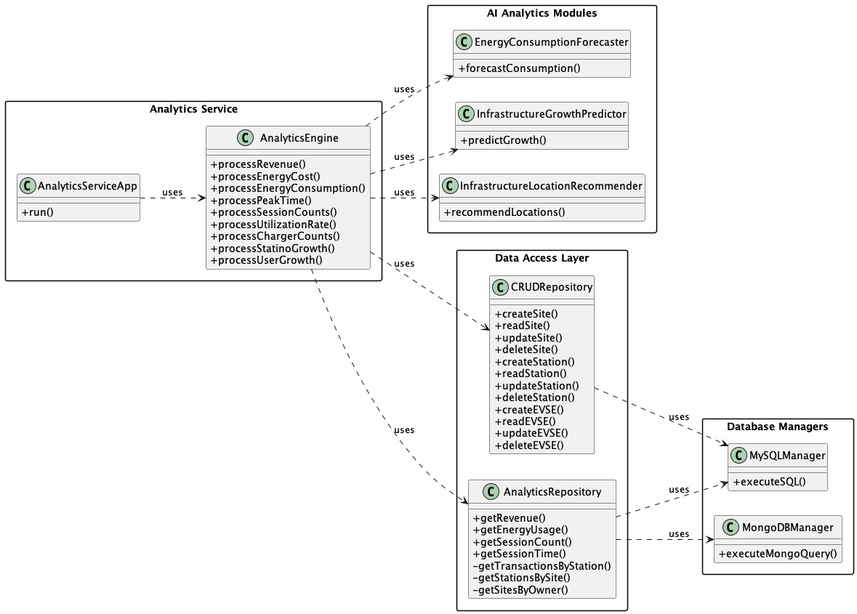
Earlier version of the PlantUML export out/site-station-analytics/class_diagram/class_diagram.png (ThuanChau22/SparkPlug). Source of this version:
```plantuml
@startuml
left to right direction
skinparam classAttributeIconSize 0
skinparam packageStyle rectangle

    package "Analytics Service" {
        class AnalyticsServiceApp {
            +run()
        }

        class AnalyticsEngine {
            +processRevenue()
            +processEnergyCost()
            +processEnergyConsumption()
            +processPeakTime()
            +processSessionCounts()
            +processUtilizationRate()
            +processChargerCounts()
            +processStatinoGrowth()
            +processUserGrowth()
        }
    }

package "AI Analytics Modules" {
    class EnergyConsumptionForecaster {
        +forecastConsumption()
    }
    class InfrastructureGrowthPredictor {
        +predictGrowth()
    }
    class InfrastructureLocationRecommender {
        +recommendLocations()
    }
}

package "Data Access Layer" {
    class CRUDRepository {
        +createSite()
        +readSite()
        +updateSite()
        +deleteSite()
        +createStation()
        +readStation()
        +updateStation()
        +deleteStation()
        +createEVSE()
        +readEVSE()
        +updateEVSE()
        +deleteEVSE()
    }

    class AnalyticsRepository {
        +getRevenue()
        +getEnergyUsage()
        +getSessionCount()
        +getSessionTime()
        -getTransactionsByStation()
        -getStationsBySite()
        -getSitesByOwner()
    }
}

package "Database Managers" {
    class MySQLManager {
        +executeSQL()
    }

    class MongoDBManager {
        +executeMongoQuery()
    }
}

AnalyticsServiceApp ..> AnalyticsEngine : uses
AnalyticsEngine ..> AnalyticsRepository : uses
AnalyticsEngine ..> EnergyConsumptionForecaster : uses
AnalyticsEngine ..> InfrastructureGrowthPredictor : uses
AnalyticsEngine ..> InfrastructureLocationRecommender : uses
AnalyticsEngine ..> CRUDRepository : uses



CRUDRepository ..> MySQLManager : uses
AnalyticsRepository ..> MySQLManager : uses
AnalyticsRepository ..> MongoDBManager : uses

@enduml
```
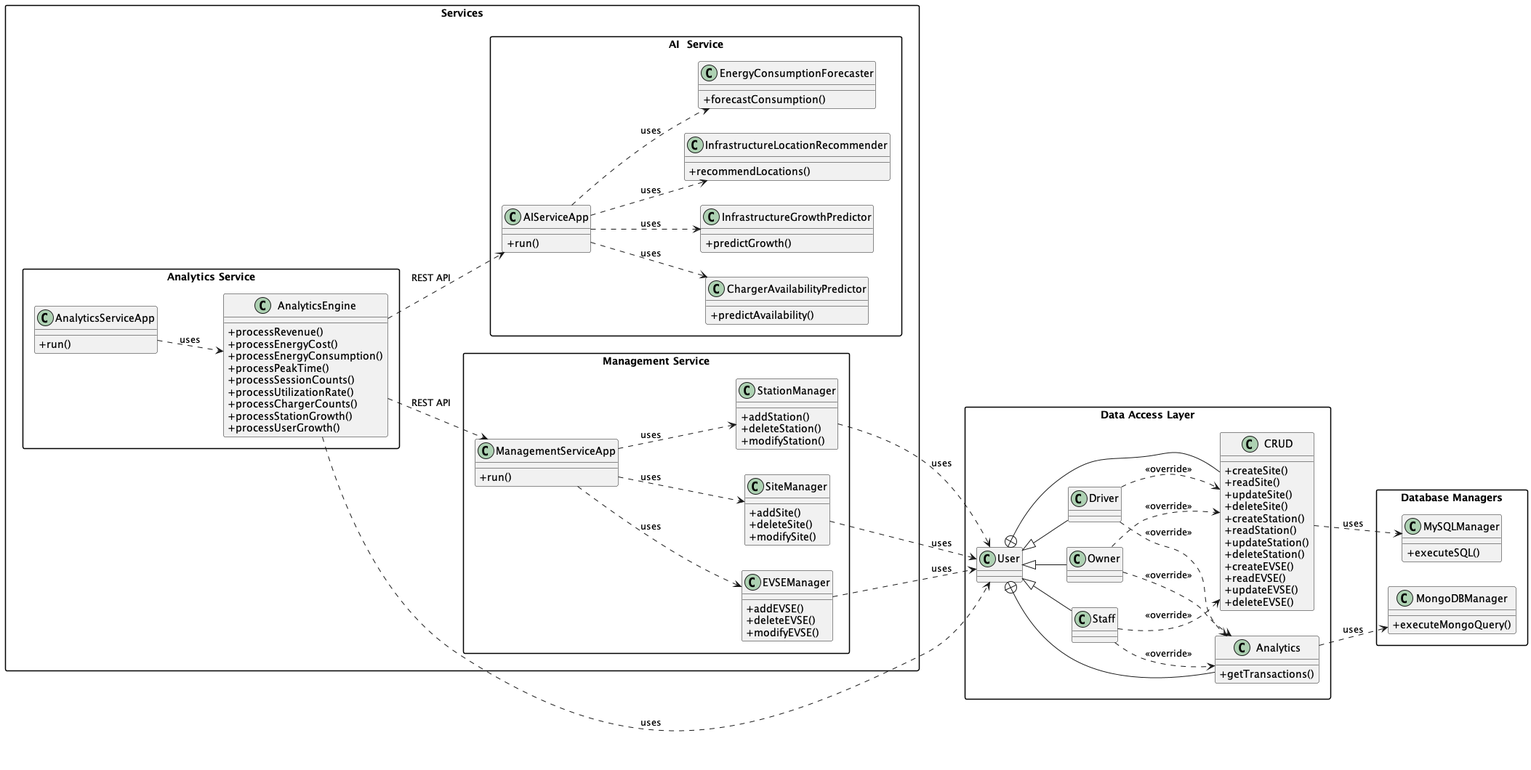
The same file after the commit.

Commit message:
updated management/analytics architecture

What changed in the source:
```diff
@@ -3,6 +3,7 @@
 skinparam classAttributeIconSize 0
 skinparam packageStyle rectangle
 
+package "Services" {
     package "Analytics Service" {
         class AnalyticsServiceApp {
             +run()
@@ -16,25 +17,59 @@
             +processSessionCounts()
             +processUtilizationRate()
             +processChargerCounts()
-            +processStatinoGrowth()
+            +processStationGrowth()
             +processUserGrowth()
         }
     }
 
-package "AI Analytics Modules" {
-    class EnergyConsumptionForecaster {
-        +forecastConsumption()
+    package "Management Service" {
+        class ManagementServiceApp {
+            +run()
+        }
+
+        class StationManager {
+            +addStation()
+            +deleteStation()
+            +modifyStation()
+        }
+
+        class SiteManager {
+            +addSite()
+            +deleteSite()
+            +modifySite()
+        }
+
+        class EVSEManager {
+            +addEVSE()
+            +deleteEVSE()
+            +modifyEVSE()
+        }
     }
-    class InfrastructureGrowthPredictor {
-        +predictGrowth()
-    }
-    class InfrastructureLocationRecommender {
-        +recommendLocations()
+
+    package "AI  Service" {
+        class AIServiceApp {
+            +run()
+        }
+        class EnergyConsumptionForecaster {
+            +forecastConsumption()
+        }
+        class InfrastructureGrowthPredictor {
+            +predictGrowth()
+        }
+        class InfrastructureLocationRecommender {
+            +recommendLocations()
+        }
+        class ChargerAvailabilityPredictor {
+            +predictAvailability()
+        }
     }
 }
 
 package "Data Access Layer" {
-    class CRUDRepository {
+    class User {
+    }
+
+    class CRUD {
         +createSite()
         +readSite()
         +updateSite()
@@ -49,14 +84,17 @@
         +deleteEVSE()
     }
 
-    class AnalyticsRepository {
-        +getRevenue()
-        +getEnergyUsage()
-        +getSessionCount()
-        +getSessionTime()
-        -getTransactionsByStation()
-        -getStationsBySite()
-        -getSitesByOwner()
+    class Analytics {
+        +getTransactions()
+    }
+
+    class Staff extends User {
+    }
+
+    class Owner extends User {
+    }
+
+    class Driver extends User {
     }
 }
 
@@ -70,17 +108,37 @@
     }
 }
 
+EnergyConsumptionForecaster -[hidden]- AnalyticsServiceApp
+
+AIServiceApp ..> ChargerAvailabilityPredictor : uses
+AIServiceApp ..> EnergyConsumptionForecaster : uses
+AIServiceApp ..> InfrastructureGrowthPredictor : uses
+AIServiceApp ..> InfrastructureLocationRecommender : uses
+
 AnalyticsServiceApp ..> AnalyticsEngine : uses
-AnalyticsEngine ..> AnalyticsRepository : uses
-AnalyticsEngine ..> EnergyConsumptionForecaster : uses
-AnalyticsEngine ..> InfrastructureGrowthPredictor : uses
-AnalyticsEngine ..> InfrastructureLocationRecommender : uses
-AnalyticsEngine ..> CRUDRepository : uses
+AnalyticsEngine ..> User : uses
+AnalyticsEngine ..> AIServiceApp : REST API
+AnalyticsEngine ..> ManagementServiceApp : REST API
 
+ManagementServiceApp ..> StationManager : uses
+ManagementServiceApp ..> SiteManager : uses
+ManagementServiceApp ..> EVSEManager : uses
 
+StationManager ..> User : uses
+SiteManager ..> User : uses
+EVSEManager ..> User : uses
 
-CRUDRepository ..> MySQLManager : uses
-AnalyticsRepository ..> MySQLManager : uses
-AnalyticsRepository ..> MongoDBManager : uses
+User +-- Analytics
+User +-- CRUD
+
+CRUD ..> MySQLManager : uses
+Analytics ..> MongoDBManager : uses
+
+Staff ..> CRUD : <<override>>
+Staff ..> Analytics : <<override>>
+Owner ..> CRUD : <<override>>
+Owner ..> Analytics : <<override>>
+Driver ..> CRUD : <<override>>
+Driver ..> Analytics : <<override>>
 
 @enduml
```
